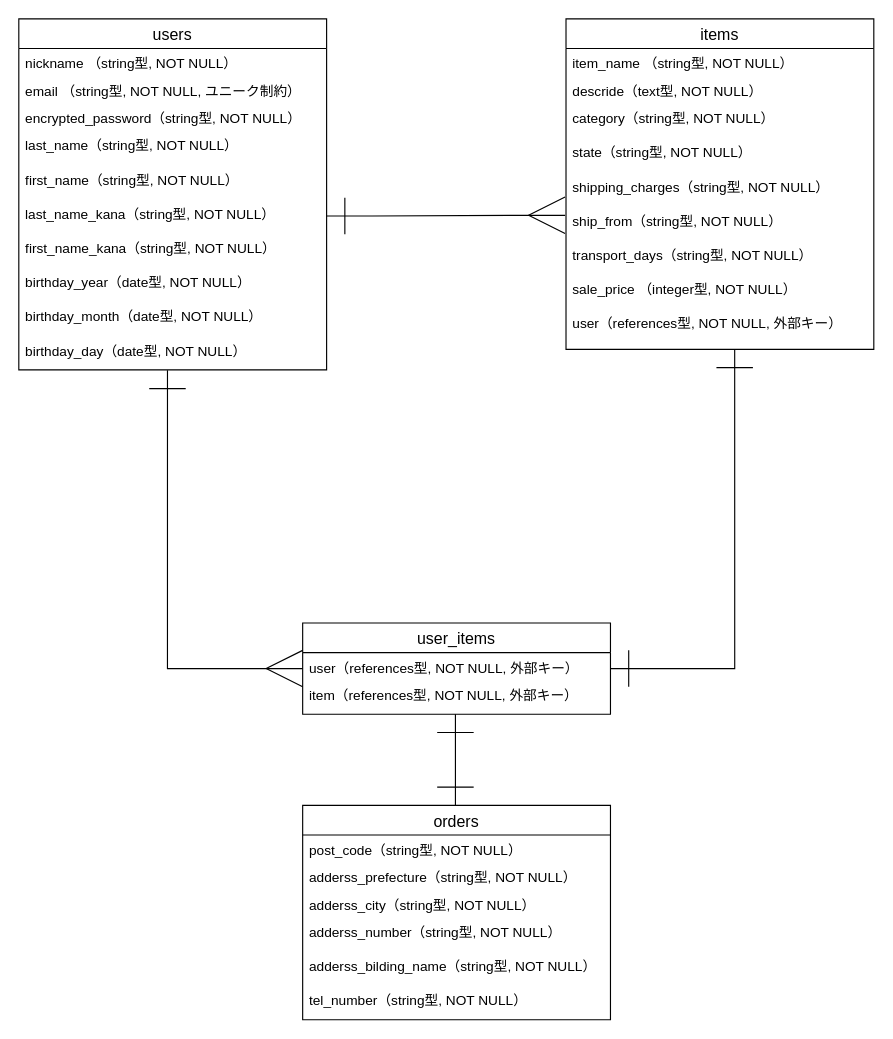
Above: README.dio in inunokimoti/furima-40445 (draw.io), before the change. Source tidied: cells renumbered, new cells numbered last; positions are measured from the earlier drawing's top-left corner, leaving out a move shared by most shapes. Both pictures are drawn from the tidied source at 114%, with x=0, y=0 at pixel (18, 18).
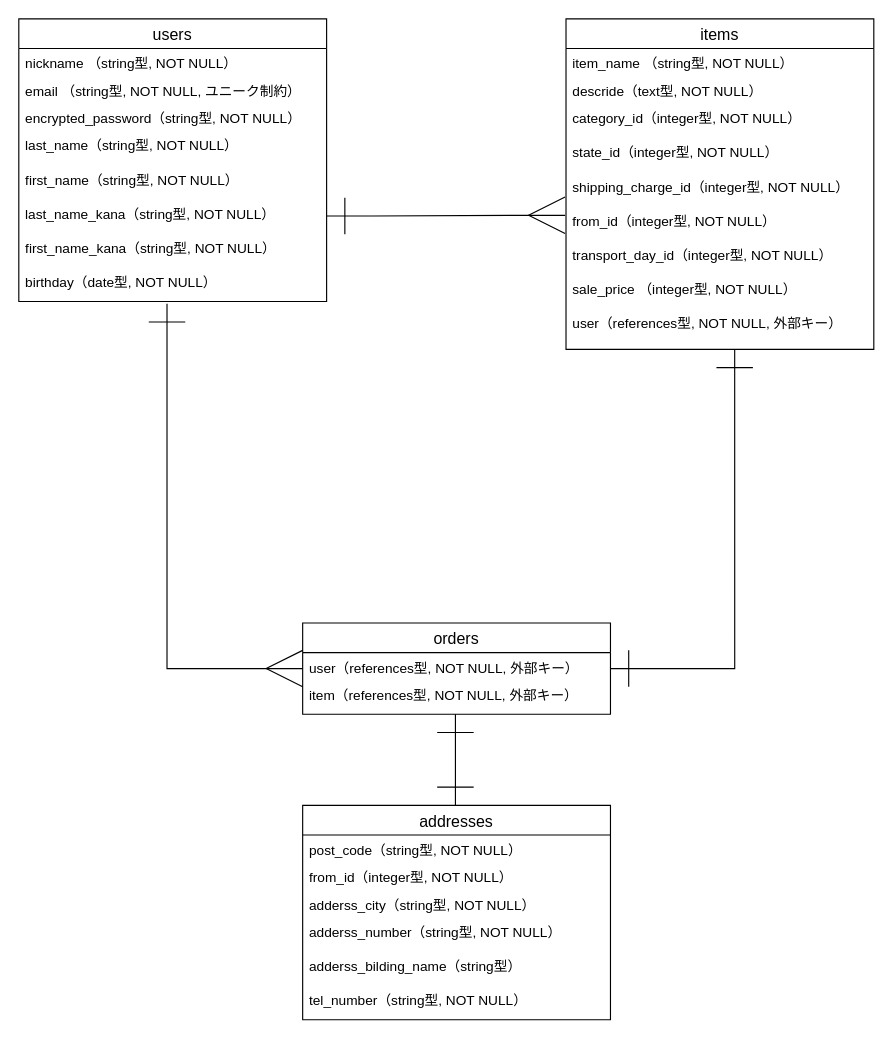
After the change.

Commit message (it also covers changes not shown here):
ER図・データベース設計の修正

Unchanged cells that the change refers to:
```xml
<mxCell id="13" value="items" style="swimlane;fontStyle=0;horizontal=1;startSize=26;align=center;fontSize=14;" parent="1" vertex="1">
  <mxGeometry x="480" width="270" height="290" as="geometry" />
</mxCell>
```

Change to the diagram source:
```diff
@@
     <mxCell id="2" value="users" style="swimlane;fontStyle=0;horizontal=1;startSize=26;align=center;fontSize=14;" parent="1" vertex="1">
-      <mxGeometry width="270" height="308" as="geometry" />
+      <mxGeometry width="270" height="248" as="geometry" />
     </mxCell>
@@
-    <mxCell id="10" value="birthday_year（date型, NOT NULL） " style="text;strokeColor=none;fillColor=none;spacingLeft=4;spacingRight=4;overflow=hidden;fontSize=12;" parent="2" vertex="1">
+    <mxCell id="10" value="birthday（date型, NOT NULL） " style="text;strokeColor=none;fillColor=none;spacingLeft=4;spacingRight=4;overflow=hidden;fontSize=12;" parent="2" vertex="1">
       <mxGeometry y="218" width="270" height="30" as="geometry" />
     </mxCell>
-    <mxCell id="11" value="birthday_month（date型, NOT NULL） " style="text;strokeColor=none;fillColor=none;spacingLeft=4;spacingRight=4;overflow=hidden;fontSize=12;" parent="2" vertex="1">
-      <mxGeometry y="248" width="270" height="30" as="geometry" />
-    </mxCell>
-    <mxCell id="12" value="birthday_day（date型, NOT NULL） " style="text;strokeColor=none;fillColor=none;spacingLeft=4;spacingRight=4;overflow=hidden;points=[[0,0.5],[1,0.5]];portConstraint=eastwest;fontSize=12;" parent="2" vertex="1">
-      <mxGeometry y="278" width="270" height="30" as="geometry" />
-    </mxCell>
@@
-    <mxCell id="16" value="category（string型, NOT NULL） " style="text;strokeColor=none;fillColor=none;spacingLeft=4;spacingRight=4;overflow=hidden;fontSize=12;" parent="13" vertex="1">
+    <mxCell id="16" value="category_id（integer型, NOT NULL） " style="text;strokeColor=none;fillColor=none;spacingLeft=4;spacingRight=4;overflow=hidden;fontSize=12;" parent="13" vertex="1">
       <mxGeometry y="74" width="270" height="30" as="geometry" />
     </mxCell>
-    <mxCell id="17" value="state（string型, NOT NULL） " style="text;strokeColor=none;fillColor=none;spacingLeft=4;spacingRight=4;overflow=hidden;fontSize=12;" parent="13" vertex="1">
+    <mxCell id="17" value="state_id（integer型, NOT NULL） " style="text;strokeColor=none;fillColor=none;spacingLeft=4;spacingRight=4;overflow=hidden;fontSize=12;" parent="13" vertex="1">
       <mxGeometry y="104" width="270" height="30" as="geometry" />
     </mxCell>
-    <mxCell id="18" value="shipping_charges（string型, NOT NULL） " style="text;strokeColor=none;fillColor=none;spacingLeft=4;spacingRight=4;overflow=hidden;fontSize=12;" parent="13" vertex="1">
+    <mxCell id="18" value="shipping_charge_id（integer型, NOT NULL） " style="text;strokeColor=none;fillColor=none;spacingLeft=4;spacingRight=4;overflow=hidden;fontSize=12;" parent="13" vertex="1">
       <mxGeometry y="134" width="270" height="30" as="geometry" />
     </mxCell>
-    <mxCell id="19" value="ship_from（string型, NOT NULL） " style="text;strokeColor=none;fillColor=none;spacingLeft=4;spacingRight=4;overflow=hidden;points=[[0,0.5],[1,0.5]];portConstraint=eastwest;fontSize=12;" parent="13" vertex="1">
+    <mxCell id="19" value="from_id（integer型, NOT NULL） " style="text;strokeColor=none;fillColor=none;spacingLeft=4;spacingRight=4;overflow=hidden;points=[[0,0.5],[1,0.5]];portConstraint=eastwest;fontSize=12;" parent="13" vertex="1">
       <mxGeometry y="164" width="270" height="30" as="geometry" />
     </mxCell>
-    <mxCell id="20" value="transport_days（string型, NOT NULL） " style="text;strokeColor=none;fillColor=none;spacingLeft=4;spacingRight=4;overflow=hidden;fontSize=12;" parent="13" vertex="1">
+    <mxCell id="20" value="transport_day_id（integer型, NOT NULL） " style="text;strokeColor=none;fillColor=none;spacingLeft=4;spacingRight=4;overflow=hidden;fontSize=12;" parent="13" vertex="1">
       <mxGeometry y="194" width="270" height="30" as="geometry" />
     </mxCell>
@@
-    <mxCell id="24" value="user_items" style="swimlane;fontStyle=0;horizontal=1;startSize=26;align=center;fontSize=14;" parent="1" vertex="1">
+    <mxCell id="24" value="orders" style="swimlane;fontStyle=0;horizontal=1;startSize=26;align=center;fontSize=14;" parent="1" vertex="1">
       <mxGeometry x="249" y="530" width="270" height="80" as="geometry" />
     </mxCell>
@@
-    <mxCell id="27" style="edgeStyle=orthogonalEdgeStyle;fontSize=12;html=1;endArrow=ERmany;exitX=0.483;exitY=1.013;exitDx=0;exitDy=0;exitPerimeter=0;rounded=0;startSize=30;startArrow=ERone;startFill=0;endFill=0;endSize=30;" parent="1" edge="1" source="12">
+    <mxCell id="27" style="edgeStyle=orthogonalEdgeStyle;fontSize=12;html=1;endArrow=ERmany;rounded=0;startSize=30;startArrow=ERone;startFill=0;endFill=0;endSize=30;" parent="1" edge="1">
       <mxGeometry relative="1" as="geometry">
+        <mxPoint x="130" y="250" as="sourcePoint" />
         <mxPoint x="249" y="570" as="targetPoint" />
         <Array as="points">
           <mxPoint x="130" y="570" />
         </Array>
       </mxGeometry>
     </mxCell>
@@
-    <mxCell id="29" value="orders" style="swimlane;fontStyle=0;horizontal=1;startSize=26;align=center;fontSize=14;" parent="1" vertex="1">
+    <mxCell id="29" value="addresses" style="swimlane;fontStyle=0;horizontal=1;startSize=26;align=center;fontSize=14;" parent="1" vertex="1">
       <mxGeometry x="249" y="690" width="270" height="188" as="geometry" />
     </mxCell>
@@
-    <mxCell id="31" value="adderss_prefecture（string型, NOT NULL）" style="text;strokeColor=none;fillColor=none;spacingLeft=4;spacingRight=4;overflow=hidden;fontSize=12;" parent="29" vertex="1">
+    <mxCell id="31" value="from_id（integer型, NOT NULL） " style="text;strokeColor=none;fillColor=none;spacingLeft=4;spacingRight=4;overflow=hidden;fontSize=12;" parent="29" vertex="1">
       <mxGeometry y="50" width="270" height="24" as="geometry" />
     </mxCell>
@@
-    <mxCell id="34" value="adderss_bilding_name（string型, NOT NULL）" style="text;strokeColor=none;fillColor=none;spacingLeft=4;spacingRight=4;overflow=hidden;fontSize=12;" parent="29" vertex="1">
+    <mxCell id="34" value="adderss_bilding_name（string型）" style="text;strokeColor=none;fillColor=none;spacingLeft=4;spacingRight=4;overflow=hidden;fontSize=12;" parent="29" vertex="1">
       <mxGeometry y="128" width="270" height="30" as="geometry" />
     </mxCell>
```
